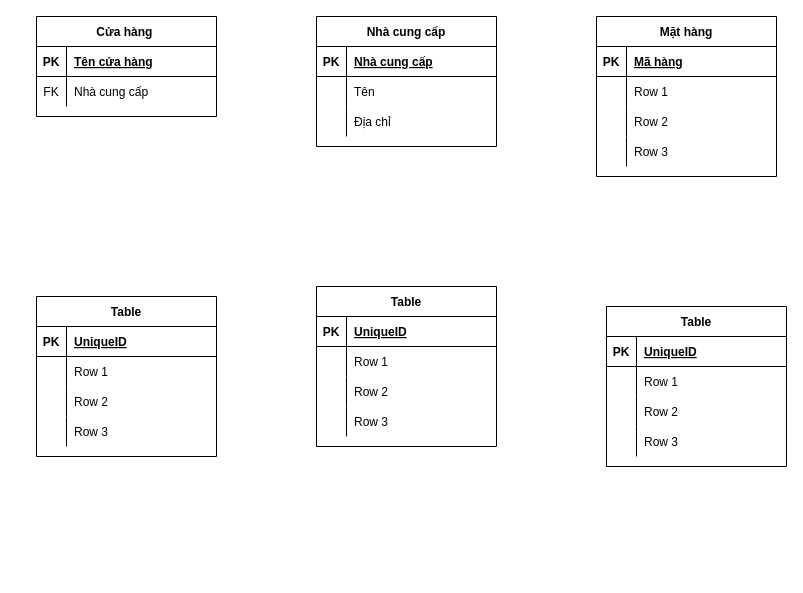
Before: Problem7.drawio in A41056/ERD, a draw.io diagram. Source tidied: cells renumbered, new cells numbered last; positions are measured from the earlier drawing's top-left corner, leaving out a move shared by most shapes. Both pictures are drawn from the tidied source at 100%, with x=0, y=0 at pixel (36, 16).
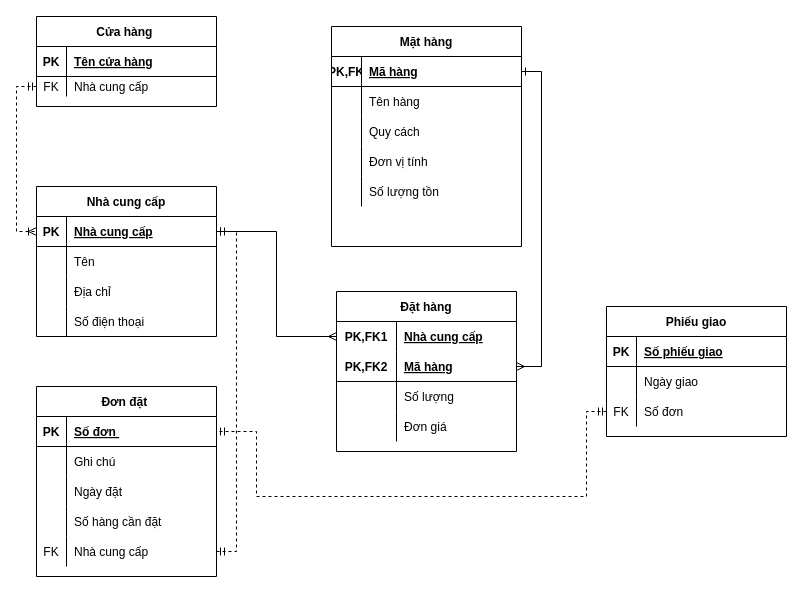
Above is the later version.

Unchanged cells that the change refers to:
```xml
<mxCell id="10" style="shape=partialRectangle;fillColor=none;top=0;left=0;bottom=1;right=0;points=[[0,0.5],[1,0.5]];portConstraint=eastwest;" parent="9" vertex="1">
  <mxGeometry y="30" width="180" height="30" as="geometry" />
</mxCell>
<mxCell id="33" style="shape=partialRectangle;fillColor=none;top=0;left=0;bottom=1;right=0;points=[[0,0.5],[1,0.5]];portConstraint=eastwest;" parent="32" vertex="1">
  <mxGeometry y="30" width="180" height="30" as="geometry" />
</mxCell>
<mxCell id="36" style="shape=partialRectangle;fillColor=none;top=0;left=0;bottom=0;right=0;" parent="32" vertex="1">
  <mxGeometry y="60" width="180" height="30" as="geometry" />
</mxCell>
<mxCell id="39" style="shape=partialRectangle;fillColor=none;top=0;left=0;bottom=0;right=0;" parent="32" vertex="1">
  <mxGeometry y="90" width="180" height="30" as="geometry" />
</mxCell>
<mxCell id="42" style="shape=partialRectangle;fillColor=none;top=0;left=0;bottom=0;right=0;" parent="32" vertex="1">
  <mxGeometry y="120" width="180" height="30" as="geometry" />
</mxCell>
<mxCell id="46" style="shape=partialRectangle;fillColor=none;top=0;left=0;bottom=1;right=0;" parent="45" vertex="1">
  <mxGeometry y="30" width="180" height="30" as="geometry" />
</mxCell>
<mxCell id="49" style="shape=partialRectangle;fillColor=none;top=0;left=0;bottom=0;right=0;" parent="45" vertex="1">
  <mxGeometry y="60" width="180" height="30" as="geometry" />
</mxCell>
<mxCell id="52" style="shape=partialRectangle;fillColor=none;top=0;left=0;bottom=0;right=0;points=[[0,0.5],[1,0.5]];portConstraint=eastwest;" parent="45" vertex="1">
  <mxGeometry y="90" width="180" height="30" as="geometry" />
</mxCell>
```

Change to the diagram source:
```diff
@@
     <mxCell id="2" value="Cửa hàng " style="shape=table;startSize=30;childLayout=tableLayout;rowLines=0;fontStyle=1;align=center;" parent="1" vertex="1">
-      <mxGeometry width="180" height="100" as="geometry" />
+      <mxGeometry width="180" height="90" as="geometry" />
     </mxCell>
@@
     <mxCell id="6" style="shape=partialRectangle;fillColor=none;top=0;left=0;bottom=0;right=0;points=[[0,0.5],[1,0.5]];portConstraint=eastwest;" parent="2" vertex="1">
-      <mxGeometry y="60" width="180" height="30" as="geometry" />
+      <mxGeometry y="60" width="180" height="20" as="geometry" />
     </mxCell>
     <mxCell id="7" value="FK" style="shape=partialRectangle;fillColor=none;top=0;left=0;bottom=0;right=0;overflow=hidden;" parent="6" vertex="1">
-      <mxGeometry width="30" height="30" as="geometry" />
+      <mxGeometry width="30" height="20" as="geometry" />
     </mxCell>
     <mxCell id="8" value="Nhà cung cấp" style="shape=partialRectangle;fillColor=none;top=0;left=0;bottom=0;right=0;align=left;spacingLeft=6;overflow=hidden;" parent="6" vertex="1">
-      <mxGeometry x="30" width="150" height="30" as="geometry" />
+      <mxGeometry x="30" width="150" height="20" as="geometry" />
     </mxCell>
     <mxCell id="9" value="Nhà cung cấp" style="shape=table;startSize=30;childLayout=tableLayout;rowLines=0;fontStyle=1;align=center;" parent="1" vertex="1">
-      <mxGeometry x="280" width="180" height="130" as="geometry" />
+      <mxGeometry y="170" width="180" height="150" as="geometry" />
     </mxCell>
@@
+    <mxCell id="71" style="shape=partialRectangle;fillColor=none;top=0;left=0;bottom=0;right=0;" parent="9" vertex="1">
+      <mxGeometry y="120" width="180" height="30" as="geometry" />
+    </mxCell>
+    <mxCell id="72" style="shape=partialRectangle;fillColor=none;top=0;left=0;bottom=0;right=0;fontStyle=0;overflow=hidden;" parent="71" vertex="1">
+      <mxGeometry width="30" height="30" as="geometry" />
+    </mxCell>
+    <mxCell id="73" value="Số điện thoại" style="shape=partialRectangle;fillColor=none;top=0;left=0;bottom=0;right=0;align=left;spacingLeft=6;fontStyle=0;overflow=hidden;" parent="71" vertex="1">
+      <mxGeometry x="30" width="150" height="30" as="geometry" />
+    </mxCell>
     <mxCell id="19" value="Mặt hàng" style="shape=table;startSize=30;childLayout=tableLayout;rowLines=0;fontStyle=1;align=center;" parent="1" vertex="1">
-      <mxGeometry x="560" width="180" height="160" as="geometry" />
+      <mxGeometry x="295" y="10" width="190" height="220" as="geometry" />
     </mxCell>
     <mxCell id="20" style="shape=partialRectangle;fillColor=none;top=0;left=0;bottom=1;right=0;points=[[0,0.5],[1,0.5]];portConstraint=eastwest;" parent="19" vertex="1">
-      <mxGeometry y="30" width="180" height="30" as="geometry" />
+      <mxGeometry y="30" width="190" height="30" as="geometry" />
     </mxCell>
-    <mxCell id="21" value="PK" style="shape=partialRectangle;fillColor=none;top=0;left=0;bottom=0;right=0;fontStyle=1;overflow=hidden;" parent="20" vertex="1">
+    <mxCell id="21" value="PK,FK" style="shape=partialRectangle;fillColor=none;top=0;left=0;bottom=0;right=0;fontStyle=1;overflow=hidden;" parent="20" vertex="1">
       <mxGeometry width="30" height="30" as="geometry" />
     </mxCell>
     <mxCell id="22" value="Mã hàng" style="shape=partialRectangle;fillColor=none;top=0;left=0;bottom=0;right=0;align=left;spacingLeft=6;fontStyle=5;overflow=hidden;" parent="20" vertex="1">
-      <mxGeometry x="30" width="150" height="30" as="geometry" />
+      <mxGeometry x="30" width="160" height="30" as="geometry" />
     </mxCell>
     <mxCell id="23" style="shape=partialRectangle;fillColor=none;top=0;left=0;bottom=0;right=0;" parent="19" vertex="1">
-      <mxGeometry y="60" width="180" height="30" as="geometry" />
+      <mxGeometry y="60" width="190" height="30" as="geometry" />
     </mxCell>
@@
-    <mxCell id="25" value="Row 1" style="shape=partialRectangle;fillColor=none;top=0;left=0;bottom=0;right=0;align=left;spacingLeft=6;overflow=hidden;" parent="23" vertex="1">
-      <mxGeometry x="30" width="150" height="30" as="geometry" />
+    <mxCell id="25" value="Tên hàng" style="shape=partialRectangle;fillColor=none;top=0;left=0;bottom=0;right=0;align=left;spacingLeft=6;overflow=hidden;" parent="23" vertex="1">
+      <mxGeometry x="30" width="160" height="30" as="geometry" />
     </mxCell>
     <mxCell id="26" style="shape=partialRectangle;fillColor=none;top=0;left=0;bottom=0;right=0;" parent="19" vertex="1">
-      <mxGeometry y="90" width="180" height="30" as="geometry" />
+      <mxGeometry y="90" width="190" height="30" as="geometry" />
     </mxCell>
@@
-    <mxCell id="28" value="Row 2" style="shape=partialRectangle;fillColor=none;top=0;left=0;bottom=0;right=0;align=left;spacingLeft=6;overflow=hidden;" parent="26" vertex="1">
-      <mxGeometry x="30" width="150" height="30" as="geometry" />
+    <mxCell id="28" value="Quy cách" style="shape=partialRectangle;fillColor=none;top=0;left=0;bottom=0;right=0;align=left;spacingLeft=6;overflow=hidden;" parent="26" vertex="1">
+      <mxGeometry x="30" width="160" height="30" as="geometry" />
     </mxCell>
     <mxCell id="29" style="shape=partialRectangle;fillColor=none;top=0;left=0;bottom=0;right=0;" parent="19" vertex="1">
-      <mxGeometry y="120" width="180" height="30" as="geometry" />
+      <mxGeometry y="120" width="190" height="30" as="geometry" />
     </mxCell>
@@
-    <mxCell id="31" value="Row 3" style="shape=partialRectangle;fillColor=none;top=0;left=0;bottom=0;right=0;align=left;spacingLeft=6;overflow=hidden;" parent="29" vertex="1">
-      <mxGeometry x="30" width="150" height="30" as="geometry" />
+    <mxCell id="31" value="Đơn vị tính" style="shape=partialRectangle;fillColor=none;top=0;left=0;bottom=0;right=0;align=left;spacingLeft=6;overflow=hidden;" parent="29" vertex="1">
+      <mxGeometry x="30" width="160" height="30" as="geometry" />
     </mxCell>
+    <mxCell id="74" style="shape=partialRectangle;fillColor=none;top=0;left=0;bottom=0;right=0;" parent="19" vertex="1">
+      <mxGeometry y="150" width="190" height="30" as="geometry" />
+    </mxCell>
+    <mxCell id="75" style="shape=partialRectangle;fillColor=none;top=0;left=0;bottom=0;right=0;fontStyle=0;overflow=hidden;" parent="74" vertex="1">
+      <mxGeometry width="30" height="30" as="geometry" />
+    </mxCell>
+    <mxCell id="76" value="Số lượng tồn" style="shape=partialRectangle;fillColor=none;top=0;left=0;bottom=0;right=0;align=left;spacingLeft=6;fontStyle=0;overflow=hidden;" parent="74" vertex="1">
+      <mxGeometry x="30" width="160" height="30" as="geometry" />
+    </mxCell>
-    <mxCell id="32" value="Table" style="shape=table;startSize=30;childLayout=tableLayout;rowLines=0;fontStyle=1;align=center;" parent="1" vertex="1">
-      <mxGeometry y="280" width="180" height="160" as="geometry" />
+    <mxCell id="32" value="Đơn đặt " style="shape=table;startSize=30;childLayout=tableLayout;rowLines=0;fontStyle=1;align=center;" parent="1" vertex="1">
+      <mxGeometry y="370" width="180" height="190" as="geometry" />
     </mxCell>
@@
-    <mxCell id="35" value="UniqueID" style="shape=partialRectangle;fillColor=none;top=0;left=0;bottom=0;right=0;align=left;spacingLeft=6;fontStyle=5;overflow=hidden;" parent="33" vertex="1">
+    <mxCell id="35" value="Số đơn " style="shape=partialRectangle;fillColor=none;top=0;left=0;bottom=0;right=0;align=left;spacingLeft=6;fontStyle=5;overflow=hidden;" parent="33" vertex="1">
       <mxGeometry x="30" width="150" height="30" as="geometry" />
     </mxCell>
@@
-    <mxCell id="38" value="Row 1" style="shape=partialRectangle;fillColor=none;top=0;left=0;bottom=0;right=0;align=left;spacingLeft=6;overflow=hidden;" parent="36" vertex="1">
+    <mxCell id="38" value="Ghi chú" style="shape=partialRectangle;fillColor=none;top=0;left=0;bottom=0;right=0;align=left;spacingLeft=6;overflow=hidden;" parent="36" vertex="1">
       <mxGeometry x="30" width="150" height="30" as="geometry" />
     </mxCell>
@@
-    <mxCell id="41" value="Row 2" style="shape=partialRectangle;fillColor=none;top=0;left=0;bottom=0;right=0;align=left;spacingLeft=6;overflow=hidden;" parent="39" vertex="1">
+    <mxCell id="41" value="Ngày đặt" style="shape=partialRectangle;fillColor=none;top=0;left=0;bottom=0;right=0;align=left;spacingLeft=6;overflow=hidden;" parent="39" vertex="1">
       <mxGeometry x="30" width="150" height="30" as="geometry" />
     </mxCell>
@@
-    <mxCell id="44" value="Row 3" style="shape=partialRectangle;fillColor=none;top=0;left=0;bottom=0;right=0;align=left;spacingLeft=6;overflow=hidden;" parent="42" vertex="1">
+    <mxCell id="44" value="Số hàng cần đặt " style="shape=partialRectangle;fillColor=none;top=0;left=0;bottom=0;right=0;align=left;spacingLeft=6;overflow=hidden;" parent="42" vertex="1">
       <mxGeometry x="30" width="150" height="30" as="geometry" />
     </mxCell>
+    <mxCell id="77" style="shape=partialRectangle;fillColor=none;top=0;left=0;bottom=0;right=0;points=[[0,0.5],[1,0.5]];portConstraint=eastwest;" parent="32" vertex="1">
+      <mxGeometry y="150" width="180" height="30" as="geometry" />
+    </mxCell>
+    <mxCell id="78" value="FK" style="shape=partialRectangle;fillColor=none;top=0;left=0;bottom=0;right=0;fontStyle=0;overflow=hidden;" parent="77" vertex="1">
+      <mxGeometry width="30" height="30" as="geometry" />
+    </mxCell>
+    <mxCell id="79" value="Nhà cung cấp" style="shape=partialRectangle;fillColor=none;top=0;left=0;bottom=0;right=0;align=left;spacingLeft=6;fontStyle=0;overflow=hidden;" parent="77" vertex="1">
+      <mxGeometry x="30" width="150" height="30" as="geometry" />
+    </mxCell>
-    <mxCell id="45" value="Table" style="shape=table;startSize=30;childLayout=tableLayout;rowLines=0;fontStyle=1;align=center;" parent="1" vertex="1">
-      <mxGeometry x="570" y="290" width="180" height="160" as="geometry" />
+    <mxCell id="45" value="Phiếu giao" style="shape=table;startSize=30;childLayout=tableLayout;rowLines=0;fontStyle=1;align=center;" parent="1" vertex="1">
+      <mxGeometry x="570" y="290" width="180" height="130" as="geometry" />
     </mxCell>
@@
-    <mxCell id="48" value="UniqueID" style="shape=partialRectangle;fillColor=none;top=0;left=0;bottom=0;right=0;align=left;spacingLeft=6;fontStyle=5;overflow=hidden;" parent="46" vertex="1">
+    <mxCell id="48" value="Số phiếu giao" style="shape=partialRectangle;fillColor=none;top=0;left=0;bottom=0;right=0;align=left;spacingLeft=6;fontStyle=5;overflow=hidden;" parent="46" vertex="1">
       <mxGeometry x="30" width="150" height="30" as="geometry" />
     </mxCell>
@@
-    <mxCell id="51" value="Row 1" style="shape=partialRectangle;fillColor=none;top=0;left=0;bottom=0;right=0;align=left;spacingLeft=6;overflow=hidden;" parent="49" vertex="1">
+    <mxCell id="51" value="Ngày giao " style="shape=partialRectangle;fillColor=none;top=0;left=0;bottom=0;right=0;align=left;spacingLeft=6;overflow=hidden;" parent="49" vertex="1">
       <mxGeometry x="30" width="150" height="30" as="geometry" />
     </mxCell>
@@
-    <mxCell id="53" style="shape=partialRectangle;fillColor=none;top=0;left=0;bottom=0;right=0;overflow=hidden;" parent="52" vertex="1">
+    <mxCell id="53" value="FK" style="shape=partialRectangle;fillColor=none;top=0;left=0;bottom=0;right=0;overflow=hidden;" parent="52" vertex="1">
       <mxGeometry width="30" height="30" as="geometry" />
     </mxCell>
-    <mxCell id="54" value="Row 2" style="shape=partialRectangle;fillColor=none;top=0;left=0;bottom=0;right=0;align=left;spacingLeft=6;overflow=hidden;" parent="52" vertex="1">
+    <mxCell id="54" value="Số đơn " style="shape=partialRectangle;fillColor=none;top=0;left=0;bottom=0;right=0;align=left;spacingLeft=6;overflow=hidden;" parent="52" vertex="1">
       <mxGeometry x="30" width="150" height="30" as="geometry" />
     </mxCell>
-    <mxCell id="55" style="shape=partialRectangle;fillColor=none;top=0;left=0;bottom=0;right=0;" parent="45" vertex="1">
-      <mxGeometry y="120" width="180" height="30" as="geometry" />
-    </mxCell>
-    <mxCell id="56" style="shape=partialRectangle;fillColor=none;top=0;left=0;bottom=0;right=0;overflow=hidden;" parent="55" vertex="1">
-      <mxGeometry width="30" height="30" as="geometry" />
-    </mxCell>
-    <mxCell id="57" value="Row 3" style="shape=partialRectangle;fillColor=none;top=0;left=0;bottom=0;right=0;align=left;spacingLeft=6;overflow=hidden;" parent="55" vertex="1">
-      <mxGeometry x="30" width="150" height="30" as="geometry" />
-    </mxCell>
-    <mxCell id="58" value="Table" style="shape=table;startSize=30;childLayout=tableLayout;rowLines=0;fontStyle=1;align=center;" parent="1" vertex="1">
-      <mxGeometry x="280" y="270" width="180" height="160" as="geometry" />
-    </mxCell>
-    <mxCell id="59" style="shape=partialRectangle;fillColor=none;top=0;left=0;bottom=1;right=0;" parent="58" vertex="1">
-      <mxGeometry y="30" width="180" height="30" as="geometry" />
-    </mxCell>
-    <mxCell id="60" value="PK" style="shape=partialRectangle;fillColor=none;top=0;left=0;bottom=0;right=0;fontStyle=1;overflow=hidden;" parent="59" vertex="1">
-      <mxGeometry width="30" height="30" as="geometry" />
-    </mxCell>
-    <mxCell id="61" value="UniqueID" style="shape=partialRectangle;fillColor=none;top=0;left=0;bottom=0;right=0;align=left;spacingLeft=6;fontStyle=5;overflow=hidden;" parent="59" vertex="1">
-      <mxGeometry x="30" width="150" height="30" as="geometry" />
-    </mxCell>
-    <mxCell id="62" style="shape=partialRectangle;fillColor=none;top=0;left=0;bottom=0;right=0;" parent="58" vertex="1">
-      <mxGeometry y="60" width="180" height="30" as="geometry" />
-    </mxCell>
-    <mxCell id="63" style="shape=partialRectangle;fillColor=none;top=0;left=0;bottom=0;right=0;overflow=hidden;" parent="62" vertex="1">
-      <mxGeometry width="30" height="30" as="geometry" />
-    </mxCell>
-    <mxCell id="64" value="Row 1" style="shape=partialRectangle;fillColor=none;top=0;left=0;bottom=0;right=0;align=left;spacingLeft=6;overflow=hidden;" parent="62" vertex="1">
-      <mxGeometry x="30" width="150" height="30" as="geometry" />
-    </mxCell>
+    <mxCell id="80" value="Đặt hàng" style="shape=table;startSize=30;childLayout=tableLayout;rowLines=0;fontStyle=1;align=center;" parent="1" vertex="1">
+      <mxGeometry x="300" y="275" width="180" height="160" as="geometry" />
+    </mxCell>
+    <mxCell id="81" style="shape=partialRectangle;fillColor=none;top=0;left=0;bottom=0;right=0;points=[[0,0.5],[1,0.5]];portConstraint=eastwest;" parent="80" vertex="1">
+      <mxGeometry y="30" width="180" height="30" as="geometry" />
+    </mxCell>
+    <mxCell id="82" value="PK,FK1" style="shape=partialRectangle;fillColor=none;top=0;left=0;bottom=0;right=0;fontStyle=1;overflow=hidden;" parent="81" vertex="1">
+      <mxGeometry width="60" height="30" as="geometry" />
+    </mxCell>
+    <mxCell id="83" value="Nhà cung cấp" style="shape=partialRectangle;fillColor=none;top=0;left=0;bottom=0;right=0;align=left;spacingLeft=6;fontStyle=5;overflow=hidden;" parent="81" vertex="1">
+      <mxGeometry x="60" width="120" height="30" as="geometry" />
+    </mxCell>
+    <mxCell id="84" style="shape=partialRectangle;fillColor=none;top=0;left=0;bottom=1;right=0;points=[[0,0.5],[1,0.5]];portConstraint=eastwest;" parent="80" vertex="1">
+      <mxGeometry y="60" width="180" height="30" as="geometry" />
+    </mxCell>
+    <mxCell id="85" value="PK,FK2" style="shape=partialRectangle;fillColor=none;top=0;left=0;bottom=0;right=0;fontStyle=1;overflow=hidden;" parent="84" vertex="1">
+      <mxGeometry width="60" height="30" as="geometry" />
+    </mxCell>
+    <mxCell id="86" value="Mã hàng" style="shape=partialRectangle;fillColor=none;top=0;left=0;bottom=0;right=0;align=left;spacingLeft=6;fontStyle=5;overflow=hidden;" parent="84" vertex="1">
+      <mxGeometry x="60" width="120" height="30" as="geometry" />
+    </mxCell>
-    <mxCell id="65" style="shape=partialRectangle;fillColor=none;top=0;left=0;bottom=0;right=0;" parent="58" vertex="1">
+    <mxCell id="65" style="shape=partialRectangle;fillColor=none;top=0;left=0;bottom=0;right=0;" parent="80" vertex="1">
       <mxGeometry y="90" width="180" height="30" as="geometry" />
     </mxCell>
-    <mxCell id="66" style="shape=partialRectangle;fillColor=none;top=0;left=0;bottom=0;right=0;overflow=hidden;" parent="65" vertex="1">
-      <mxGeometry width="30" height="30" as="geometry" />
-    </mxCell>
-    <mxCell id="67" value="Row 2" style="shape=partialRectangle;fillColor=none;top=0;left=0;bottom=0;right=0;align=left;spacingLeft=6;overflow=hidden;" parent="65" vertex="1">
-      <mxGeometry x="30" width="150" height="30" as="geometry" />
-    </mxCell>
-    <mxCell id="68" style="shape=partialRectangle;fillColor=none;top=0;left=0;bottom=0;right=0;" parent="58" vertex="1">
-      <mxGeometry y="120" width="180" height="30" as="geometry" />
-    </mxCell>
-    <mxCell id="69" style="shape=partialRectangle;fillColor=none;top=0;left=0;bottom=0;right=0;overflow=hidden;" parent="68" vertex="1">
-      <mxGeometry width="30" height="30" as="geometry" />
-    </mxCell>
-    <mxCell id="70" value="Row 3" style="shape=partialRectangle;fillColor=none;top=0;left=0;bottom=0;right=0;align=left;spacingLeft=6;overflow=hidden;" parent="68" vertex="1">
-      <mxGeometry x="30" width="150" height="30" as="geometry" />
-    </mxCell>
+    <mxCell id="87" style="shape=partialRectangle;fillColor=none;top=0;left=0;bottom=0;right=0;overflow=hidden;" parent="65" vertex="1">
+      <mxGeometry width="60" height="30" as="geometry" />
+    </mxCell>
+    <mxCell id="88" value="Số lượng " style="shape=partialRectangle;fillColor=none;top=0;left=0;bottom=0;right=0;align=left;spacingLeft=6;overflow=hidden;" parent="65" vertex="1">
+      <mxGeometry x="60" width="120" height="30" as="geometry" />
+    </mxCell>
+    <mxCell id="89" style="shape=partialRectangle;fillColor=none;top=0;left=0;bottom=0;right=0;" parent="80" vertex="1">
+      <mxGeometry y="120" width="180" height="30" as="geometry" />
+    </mxCell>
+    <mxCell id="90" style="shape=partialRectangle;fillColor=none;top=0;left=0;bottom=0;right=0;overflow=hidden;" parent="89" vertex="1">
+      <mxGeometry width="60" height="30" as="geometry" />
+    </mxCell>
+    <mxCell id="91" value="Đơn giá" style="shape=partialRectangle;fillColor=none;top=0;left=0;bottom=0;right=0;align=left;spacingLeft=6;overflow=hidden;" parent="89" vertex="1">
+      <mxGeometry x="60" width="120" height="30" as="geometry" />
+    </mxCell>
+    <mxCell id="92" style="edgeStyle=orthogonalEdgeStyle;rounded=0;jettySize=auto;html=1;entryX=0;entryY=0.5;entryDx=0;entryDy=0;dashed=1;startArrow=ERmandOne;startFill=0;endArrow=ERoneToMany;endFill=0;" parent="1" edge="1" source="6" target="10">
+      <mxGeometry relative="1" as="geometry" />
+    </mxCell>
+    <mxCell id="93" style="edgeStyle=orthogonalEdgeStyle;rounded=0;jettySize=auto;html=1;entryX=0;entryY=0.5;entryDx=0;entryDy=0;startArrow=ERone;startFill=0;endArrow=ERmany;endFill=0;" parent="1" edge="1" source="10" target="81">
+      <mxGeometry relative="1" as="geometry" />
+    </mxCell>
+    <mxCell id="94" style="edgeStyle=orthogonalEdgeStyle;rounded=0;jettySize=auto;html=1;startArrow=ERone;startFill=0;endArrow=ERmany;endFill=0;" parent="1" edge="1" source="20" target="84">
+      <mxGeometry relative="1" as="geometry">
+        <Array as="points">
+          <mxPoint x="505" y="55" />
+          <mxPoint x="505" y="350" />
+        </Array>
+      </mxGeometry>
+    </mxCell>
+    <mxCell id="95" style="edgeStyle=orthogonalEdgeStyle;rounded=0;jettySize=auto;html=1;entryX=1;entryY=0.5;entryDx=0;entryDy=0;startArrow=ERmandOne;startFill=0;endArrow=ERmandOne;endFill=0;dashed=1;" parent="1" edge="1" source="52" target="33">
+      <mxGeometry relative="1" as="geometry">
+        <Array as="points">
+          <mxPoint x="550" y="395" />
+          <mxPoint x="550" y="480" />
+          <mxPoint x="220" y="480" />
+          <mxPoint x="220" y="415" />
+        </Array>
+      </mxGeometry>
+    </mxCell>
+    <mxCell id="96" style="edgeStyle=orthogonalEdgeStyle;rounded=0;jettySize=auto;html=1;dashed=1;startArrow=ERmandOne;startFill=0;endArrow=ERmandOne;endFill=0;" parent="1" edge="1" source="77" target="10">
+      <mxGeometry relative="1" as="geometry">
+        <Array as="points">
+          <mxPoint x="200" y="535" />
+          <mxPoint x="200" y="215" />
+        </Array>
+      </mxGeometry>
+    </mxCell>
```
